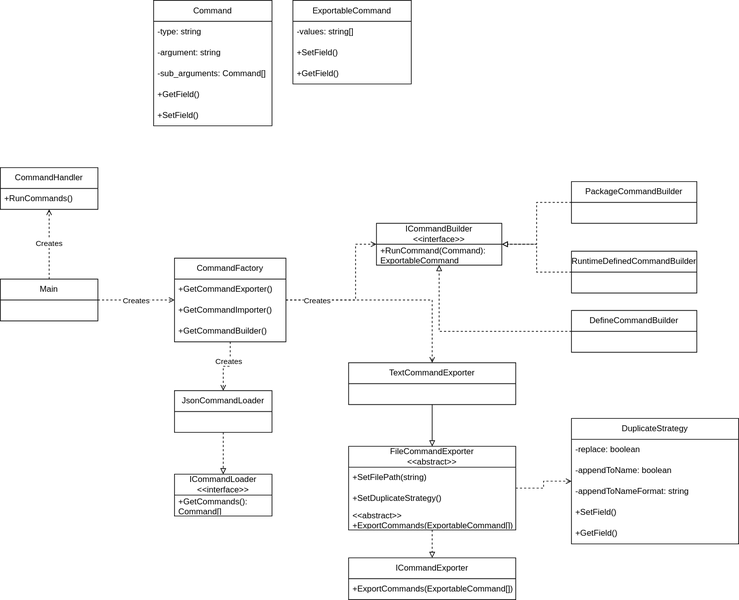
Before: InstallScriptGenerator/uml-class diagram.svg, a diagram exported from draw.io (oldmartijntje/arch-installer). Source tidied: cells renumbered, new cells last; positions are measured from the earlier drawing's top-left corner, leaving out a move shared by most shapes.
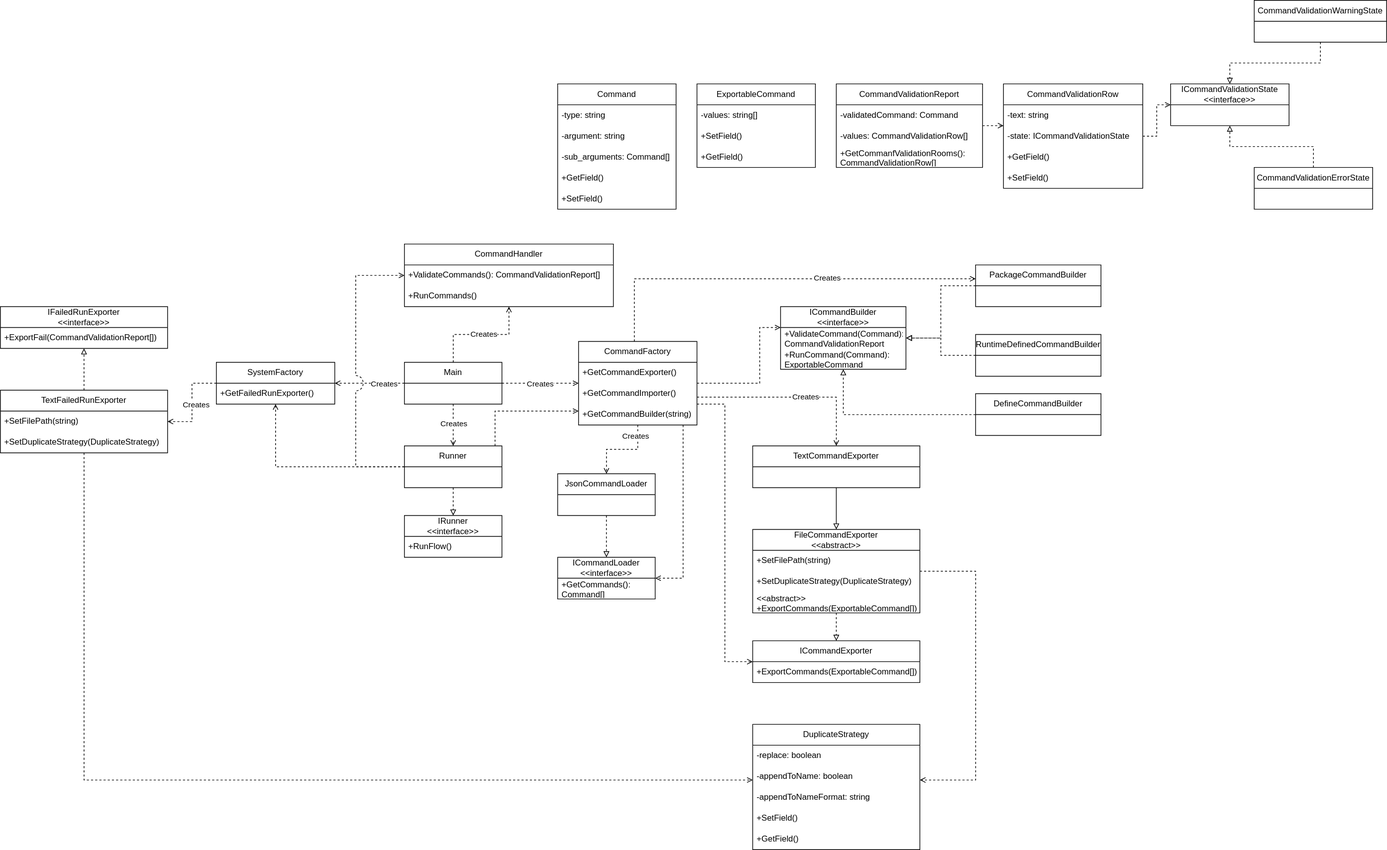
After the change.

Commit message:
updated the UML to be more usable

Diff of the diagram source:
```diff
@@ -16,11 +16,25 @@
         <mxPoint x="-39" y="-2" as="offset" />
       </mxGeometry>
     </mxCell>
+    <mxCell id="56" style="edgeStyle=orthogonalEdgeStyle;rounded=0;jettySize=auto;html=1;dashed=1;endArrow=open;endFill=0;" parent="1" edge="1" source="6" target="84">
+      <mxGeometry relative="1" as="geometry" />
+    </mxCell>
+    <mxCell id="57" value="Creates" style="edgeLabel;html=1;align=center;verticalAlign=middle;" parent="56" vertex="1">
+      <mxGeometry x="-0.2" y="-1" relative="1" as="geometry">
+        <mxPoint x="10" y="1" as="offset" />
+      </mxGeometry>
+    </mxCell>
+    <mxCell id="58" style="edgeStyle=orthogonalEdgeStyle;rounded=0;jettySize=auto;html=1;dashed=1;endArrow=open;endFill=0;" parent="1" edge="1" source="6" target="90">
+      <mxGeometry relative="1" as="geometry" />
+    </mxCell>
+    <mxCell id="59" value="Creates" style="edgeLabel;html=1;align=center;verticalAlign=middle;" parent="58" vertex="1">
+      <mxGeometry x="-0.1" relative="1" as="geometry" />
+    </mxCell>
     <mxCell id="6" value="Main" style="swimlane;fontStyle=0;horizontal=1;startSize=30;whiteSpace=wrap;html=1;" parent="1" vertex="1">
       <mxGeometry y="400" width="140" height="60" as="geometry" />
     </mxCell>
     <mxCell id="7" value="ICommandLoader&lt;br&gt;&amp;lt;&amp;lt;interface&amp;gt;&amp;gt;" style="swimlane;fontStyle=0;horizontal=1;startSize=30;whiteSpace=wrap;html=1;" parent="1" vertex="1">
-      <mxGeometry x="250" y="680" width="140" height="60" as="geometry" />
+      <mxGeometry x="220" y="680" width="140" height="60" as="geometry" />
     </mxCell>
     <mxCell id="8" value="+GetCommands(): Command[]" style="text;strokeColor=none;fillColor=none;align=left;verticalAlign=middle;spacingLeft=4;spacingRight=4;overflow=hidden;whiteSpace=wrap;html=1;" parent="7" vertex="1">
       <mxGeometry y="30" width="140" height="30" as="geometry" />
@@ -29,7 +43,7 @@
       <mxGeometry relative="1" as="geometry" />
     </mxCell>
     <mxCell id="10" value="JsonCommandLoader" style="swimlane;fontStyle=0;horizontal=1;startSize=30;whiteSpace=wrap;html=1;" parent="1" vertex="1">
-      <mxGeometry x="250" y="560" width="140" height="60" as="geometry" />
+      <mxGeometry x="220" y="560" width="140" height="60" as="geometry" />
     </mxCell>
     <mxCell id="11" value="Command" style="swimlane;fontStyle=0;horizontal=1;startSize=30;whiteSpace=wrap;html=1;" parent="1" vertex="1">
       <mxGeometry x="220" width="170" height="180" as="geometry" />
@@ -58,40 +72,79 @@
       </mxGeometry>
     </mxCell>
     <mxCell id="18" style="edgeStyle=orthogonalEdgeStyle;rounded=0;jettySize=auto;html=1;endArrow=open;endFill=0;dashed=1;" parent="1" edge="1" source="22" target="37">
-      <mxGeometry relative="1" as="geometry" />
+      <mxGeometry relative="1" as="geometry">
+        <Array as="points">
+          <mxPoint x="620" y="450" />
+        </Array>
+      </mxGeometry>
     </mxCell>
-    <mxCell id="19" value="Creates" style="edgeLabel;html=1;align=center;verticalAlign=middle;" parent="18" vertex="1">
-      <mxGeometry x="-0.71" relative="1" as="geometry" />
-    </mxCell>
+    <mxCell id="60" value="Creates" style="edgeLabel;html=1;align=center;verticalAlign=middle;" parent="18" vertex="1">
+      <mxGeometry x="-0.1" y="1" relative="1" as="geometry">
+        <mxPoint x="34" as="offset" />
+      </mxGeometry>
+    </mxCell>
     <mxCell id="20" style="edgeStyle=orthogonalEdgeStyle;rounded=0;jettySize=auto;html=1;endArrow=open;endFill=0;dashed=1;" parent="1" edge="1" source="22" target="10">
       <mxGeometry relative="1" as="geometry" />
     </mxCell>
     <mxCell id="21" value="Creates" style="edgeLabel;html=1;align=center;verticalAlign=middle;" parent="20" vertex="1">
-      <mxGeometry x="-0.33" y="-3" relative="1" as="geometry" />
+      <mxGeometry x="-0.33" y="-3" relative="1" as="geometry">
+        <mxPoint y="-17" as="offset" />
+      </mxGeometry>
     </mxCell>
+    <mxCell id="61" style="edgeStyle=orthogonalEdgeStyle;rounded=0;jettySize=auto;html=1;dashed=1;endArrow=open;endFill=0;" parent="1" edge="1" source="22" target="34">
+      <mxGeometry relative="1" as="geometry">
+        <Array as="points">
+          <mxPoint x="460" y="460" />
+          <mxPoint x="460" y="830" />
+        </Array>
+      </mxGeometry>
+    </mxCell>
+    <mxCell id="62" style="edgeStyle=orthogonalEdgeStyle;rounded=0;jettySize=auto;html=1;dashed=1;endArrow=open;endFill=0;" parent="1" edge="1" source="22" target="51">
+      <mxGeometry relative="1" as="geometry">
+        <Array as="points">
+          <mxPoint x="330" y="280" />
+        </Array>
+      </mxGeometry>
+    </mxCell>
+    <mxCell id="63" value="Creates" style="edgeLabel;html=1;align=center;verticalAlign=middle;" parent="62" vertex="1">
+      <mxGeometry x="0.26" y="2" relative="1" as="geometry" />
+    </mxCell>
+    <mxCell id="64" style="edgeStyle=orthogonalEdgeStyle;rounded=0;jettySize=auto;html=1;dashed=1;endArrow=open;endFill=0;" parent="1" edge="1" source="22" target="7">
+      <mxGeometry relative="1" as="geometry">
+        <Array as="points">
+          <mxPoint x="400" y="710" />
+        </Array>
+      </mxGeometry>
+    </mxCell>
     <mxCell id="22" value="CommandFactory" style="swimlane;fontStyle=0;horizontal=1;startSize=30;whiteSpace=wrap;html=1;" parent="1" vertex="1">
-      <mxGeometry x="250" y="370" width="160" height="120" as="geometry" />
+      <mxGeometry x="250" y="370" width="170" height="120" as="geometry" />
     </mxCell>
     <mxCell id="23" value="+GetCommandExporter()" style="text;strokeColor=none;fillColor=none;align=left;verticalAlign=middle;spacingLeft=4;spacingRight=4;overflow=hidden;whiteSpace=wrap;html=1;" parent="22" vertex="1">
-      <mxGeometry y="30" width="160" height="30" as="geometry" />
+      <mxGeometry y="30" width="170" height="30" as="geometry" />
     </mxCell>
     <mxCell id="24" value="+GetCommandImporter()" style="text;strokeColor=none;fillColor=none;align=left;verticalAlign=middle;spacingLeft=4;spacingRight=4;overflow=hidden;whiteSpace=wrap;html=1;" parent="22" vertex="1">
-      <mxGeometry y="60" width="160" height="30" as="geometry" />
+      <mxGeometry y="60" width="170" height="30" as="geometry" />
     </mxCell>
-    <mxCell id="25" value="+GetCommandBuilder()" style="text;strokeColor=none;fillColor=none;align=left;verticalAlign=middle;spacingLeft=4;spacingRight=4;overflow=hidden;whiteSpace=wrap;html=1;" parent="22" vertex="1">
-      <mxGeometry y="90" width="160" height="30" as="geometry" />
+    <mxCell id="25" value="+GetCommandBuilder(string)" style="text;strokeColor=none;fillColor=none;align=left;verticalAlign=middle;spacingLeft=4;spacingRight=4;overflow=hidden;whiteSpace=wrap;html=1;" parent="22" vertex="1">
+      <mxGeometry y="90" width="170" height="30" as="geometry" />
     </mxCell>
     <mxCell id="26" value="ICommandBuilder&lt;br&gt;&amp;lt;&amp;lt;interface&amp;gt;&amp;gt;" style="swimlane;fontStyle=0;horizontal=1;startSize=30;whiteSpace=wrap;html=1;" parent="1" vertex="1">
-      <mxGeometry x="540" y="320" width="180" height="60" as="geometry" />
+      <mxGeometry x="540" y="320" width="180" height="90" as="geometry" />
     </mxCell>
-    <mxCell id="27" value="+RunCommand(Command): ExportableCommand" style="text;strokeColor=none;fillColor=none;align=left;verticalAlign=middle;spacingLeft=4;spacingRight=4;overflow=hidden;whiteSpace=wrap;html=1;" parent="26" vertex="1">
+    <mxCell id="27" value="+ValidateCommand(Command): CommandValidationReport" style="text;strokeColor=none;fillColor=none;align=left;verticalAlign=middle;spacingLeft=4;spacingRight=4;overflow=hidden;whiteSpace=wrap;html=1;" parent="26" vertex="1">
       <mxGeometry y="30" width="180" height="30" as="geometry" />
     </mxCell>
+    <mxCell id="65" value="+RunCommand(Command): ExportableCommand" style="text;strokeColor=none;fillColor=none;align=left;verticalAlign=middle;spacingLeft=4;spacingRight=4;overflow=hidden;whiteSpace=wrap;html=1;" parent="26" vertex="1">
+      <mxGeometry y="60" width="180" height="30" as="geometry" />
+    </mxCell>
     <mxCell id="28" value="CommandHandler" style="swimlane;fontStyle=0;horizontal=1;startSize=30;whiteSpace=wrap;html=1;" parent="1" vertex="1">
-      <mxGeometry y="240" width="140" height="60" as="geometry" />
+      <mxGeometry y="230" width="300" height="90" as="geometry" />
     </mxCell>
+    <mxCell id="66" value="+ValidateCommands():&amp;nbsp;CommandValidationReport[]" style="text;strokeColor=none;fillColor=none;align=left;verticalAlign=middle;spacingLeft=4;spacingRight=4;overflow=hidden;whiteSpace=wrap;html=1;" parent="28" vertex="1">
+      <mxGeometry y="30" width="300" height="30" as="geometry" />
+    </mxCell>
     <mxCell id="29" value="+RunCommands()" style="text;strokeColor=none;fillColor=none;align=left;verticalAlign=middle;spacingLeft=4;spacingRight=4;overflow=hidden;whiteSpace=wrap;html=1;" parent="28" vertex="1">
-      <mxGeometry y="30" width="140" height="30" as="geometry" />
+      <mxGeometry y="60" width="300" height="30" as="geometry" />
     </mxCell>
     <mxCell id="30" value="ExportableCommand" style="swimlane;fontStyle=0;horizontal=1;startSize=30;whiteSpace=wrap;html=1;" parent="1" vertex="1">
       <mxGeometry x="420" width="170" height="120" as="geometry" />
@@ -118,7 +171,7 @@
       <mxGeometry x="500" y="520" width="240" height="60" as="geometry" />
     </mxCell>
     <mxCell id="38" value="DuplicateStrategy" style="swimlane;fontStyle=0;horizontal=1;startSize=30;whiteSpace=wrap;html=1;" parent="1" vertex="1">
-      <mxGeometry x="820" y="600" width="240" height="180" as="geometry" />
+      <mxGeometry x="500" y="920" width="240" height="180" as="geometry" />
     </mxCell>
     <mxCell id="39" value="-replace: boolean" style="text;strokeColor=none;fillColor=none;align=left;verticalAlign=middle;spacingLeft=4;spacingRight=4;overflow=hidden;whiteSpace=wrap;html=1;" parent="38" vertex="1">
       <mxGeometry y="30" width="240" height="30" as="geometry" />
@@ -139,7 +192,12 @@
       <mxGeometry relative="1" as="geometry" />
     </mxCell>
     <mxCell id="45" style="edgeStyle=orthogonalEdgeStyle;rounded=0;jettySize=auto;html=1;endArrow=open;endFill=0;dashed=1;" parent="1" edge="1" source="46" target="38">
-      <mxGeometry relative="1" as="geometry" />
+      <mxGeometry relative="1" as="geometry">
+        <Array as="points">
+          <mxPoint x="820" y="700" />
+          <mxPoint x="820" y="1000" />
+        </Array>
+      </mxGeometry>
     </mxCell>
     <mxCell id="46" value="FileCommandExporter&lt;br&gt;&amp;lt;&amp;lt;abstract&amp;gt;&amp;gt;" style="swimlane;fontStyle=0;horizontal=1;startSize=30;whiteSpace=wrap;html=1;" parent="1" vertex="1">
       <mxGeometry x="500" y="640" width="240" height="120" as="geometry" />
@@ -147,7 +205,7 @@
     <mxCell id="47" value="+SetFilePath(string)" style="text;strokeColor=none;fillColor=none;align=left;verticalAlign=middle;spacingLeft=4;spacingRight=4;overflow=hidden;whiteSpace=wrap;html=1;" parent="46" vertex="1">
       <mxGeometry y="30" width="240" height="30" as="geometry" />
     </mxCell>
-    <mxCell id="48" value="+SetDuplicateStrategy()" style="text;strokeColor=none;fillColor=none;align=left;verticalAlign=middle;spacingLeft=4;spacingRight=4;overflow=hidden;whiteSpace=wrap;html=1;" parent="46" vertex="1">
+    <mxCell id="48" value="+SetDuplicateStrategy(DuplicateStrategy)" style="text;strokeColor=none;fillColor=none;align=left;verticalAlign=middle;spacingLeft=4;spacingRight=4;overflow=hidden;whiteSpace=wrap;html=1;" parent="46" vertex="1">
       <mxGeometry y="60" width="240" height="30" as="geometry" />
     </mxCell>
     <mxCell id="49" value="&amp;lt;&amp;lt;abstract&amp;gt;&amp;gt; +ExportCommands(ExportableCommand[])" style="text;strokeColor=none;fillColor=none;align=left;verticalAlign=middle;spacingLeft=4;spacingRight=4;overflow=hidden;whiteSpace=wrap;html=1;" parent="46" vertex="1">
@@ -171,5 +229,125 @@
     <mxCell id="55" value="DefineCommandBuilder" style="swimlane;fontStyle=0;horizontal=1;startSize=30;whiteSpace=wrap;html=1;" parent="1" vertex="1">
       <mxGeometry x="820" y="445" width="180" height="60" as="geometry" />
     </mxCell>
+    <mxCell id="67" style="edgeStyle=orthogonalEdgeStyle;rounded=0;jettySize=auto;html=1;dashed=1;endArrow=open;endFill=0;" parent="1" edge="1" source="68" target="73">
+      <mxGeometry relative="1" as="geometry">
+        <Array as="points">
+          <mxPoint x="860" y="60" />
+          <mxPoint x="860" y="60" />
+        </Array>
+      </mxGeometry>
+    </mxCell>
+    <mxCell id="68" value="CommandValidationReport" style="swimlane;fontStyle=0;horizontal=1;startSize=30;whiteSpace=wrap;html=1;" parent="1" vertex="1">
+      <mxGeometry x="620" width="210" height="120" as="geometry" />
+    </mxCell>
+    <mxCell id="69" value="-validatedCommand: Command" style="text;strokeColor=none;fillColor=none;align=left;verticalAlign=middle;spacingLeft=4;spacingRight=4;overflow=hidden;whiteSpace=wrap;html=1;" parent="68" vertex="1">
+      <mxGeometry y="30" width="210" height="30" as="geometry" />
+    </mxCell>
+    <mxCell id="70" value="-values:&amp;nbsp;CommandValidationRow[]" style="text;strokeColor=none;fillColor=none;align=left;verticalAlign=middle;spacingLeft=4;spacingRight=4;overflow=hidden;whiteSpace=wrap;html=1;" parent="68" vertex="1">
+      <mxGeometry y="60" width="210" height="30" as="geometry" />
+    </mxCell>
+    <mxCell id="71" value="+GetCommanfValidationRooms(): CommandValidationRow[]" style="text;strokeColor=none;fillColor=none;align=left;verticalAlign=middle;spacingLeft=4;spacingRight=4;overflow=hidden;whiteSpace=wrap;html=1;" parent="68" vertex="1">
+      <mxGeometry y="90" width="210" height="30" as="geometry" />
+    </mxCell>
+    <mxCell id="72" style="edgeStyle=orthogonalEdgeStyle;rounded=0;jettySize=auto;html=1;dashed=1;endArrow=open;endFill=0;" parent="1" edge="1" source="73" target="78">
+      <mxGeometry relative="1" as="geometry" />
+    </mxCell>
+    <mxCell id="73" value="CommandValidationRow" style="swimlane;fontStyle=0;horizontal=1;startSize=30;whiteSpace=wrap;html=1;" parent="1" vertex="1">
+      <mxGeometry x="860" width="200" height="150" as="geometry" />
+    </mxCell>
+    <mxCell id="74" value="-text:&amp;nbsp;string" style="text;strokeColor=none;fillColor=none;align=left;verticalAlign=middle;spacingLeft=4;spacingRight=4;overflow=hidden;whiteSpace=wrap;html=1;" parent="73" vertex="1">
+      <mxGeometry y="30" width="200" height="30" as="geometry" />
+    </mxCell>
+    <mxCell id="75" value="-state:&amp;nbsp;ICommandValidationState" style="text;strokeColor=none;fillColor=none;align=left;verticalAlign=middle;spacingLeft=4;spacingRight=4;overflow=hidden;whiteSpace=wrap;html=1;" parent="73" vertex="1">
+      <mxGeometry y="60" width="200" height="30" as="geometry" />
+    </mxCell>
+    <mxCell id="76" value="+GetField()" style="text;strokeColor=none;fillColor=none;align=left;verticalAlign=middle;spacingLeft=4;spacingRight=4;overflow=hidden;whiteSpace=wrap;html=1;" parent="73" vertex="1">
+      <mxGeometry y="90" width="200" height="30" as="geometry" />
+    </mxCell>
+    <mxCell id="77" value="+SetField()" style="text;strokeColor=none;fillColor=none;align=left;verticalAlign=middle;spacingLeft=4;spacingRight=4;overflow=hidden;whiteSpace=wrap;html=1;" parent="73" vertex="1">
+      <mxGeometry y="120" width="200" height="30" as="geometry" />
+    </mxCell>
+    <mxCell id="78" value="ICommandValidationState&lt;br&gt;&amp;lt;&amp;lt;interface&amp;gt;&amp;gt;" style="swimlane;fontStyle=0;horizontal=1;startSize=30;whiteSpace=wrap;html=1;" parent="1" vertex="1">
+      <mxGeometry x="1100" width="170" height="60" as="geometry" />
+    </mxCell>
+    <mxCell id="79" style="edgeStyle=orthogonalEdgeStyle;rounded=0;jettySize=auto;html=1;dashed=1;endArrow=block;endFill=0;" parent="1" edge="1" source="80" target="78">
+      <mxGeometry relative="1" as="geometry" />
+    </mxCell>
+    <mxCell id="80" value="CommandValidationWarningState" style="swimlane;fontStyle=0;horizontal=1;startSize=30;whiteSpace=wrap;html=1;" parent="1" vertex="1">
+      <mxGeometry x="1220" y="-120" width="190" height="60" as="geometry" />
+    </mxCell>
+    <mxCell id="81" style="edgeStyle=orthogonalEdgeStyle;rounded=0;jettySize=auto;html=1;dashed=1;endArrow=block;endFill=0;" parent="1" edge="1" source="82" target="78">
+      <mxGeometry relative="1" as="geometry" />
+    </mxCell>
+    <mxCell id="82" value="CommandValidationErrorState" style="swimlane;fontStyle=0;horizontal=1;startSize=30;whiteSpace=wrap;html=1;" parent="1" vertex="1">
+      <mxGeometry x="1220" y="120" width="170" height="60" as="geometry" />
+    </mxCell>
+    <mxCell id="83" style="edgeStyle=orthogonalEdgeStyle;rounded=0;jettySize=auto;html=1;dashed=1;endArrow=open;endFill=0;" parent="1" edge="1" source="84" target="97">
+      <mxGeometry relative="1" as="geometry" />
+    </mxCell>
+    <mxCell id="84" value="SystemFactory" style="swimlane;fontStyle=0;horizontal=1;startSize=30;whiteSpace=wrap;html=1;" parent="1" vertex="1">
+      <mxGeometry x="-270" y="400" width="170" height="60" as="geometry" />
+    </mxCell>
+    <mxCell id="85" value="+GetFailedRunExporter()" style="text;strokeColor=none;fillColor=none;align=left;verticalAlign=middle;spacingLeft=4;spacingRight=4;overflow=hidden;whiteSpace=wrap;html=1;" parent="84" vertex="1">
+      <mxGeometry y="30" width="170" height="30" as="geometry" />
+    </mxCell>
+    <mxCell id="86" style="edgeStyle=orthogonalEdgeStyle;rounded=0;jettySize=auto;html=1;dashed=1;endArrow=block;endFill=0;" parent="1" edge="1" source="90" target="91">
+      <mxGeometry relative="1" as="geometry" />
+    </mxCell>
+    <mxCell id="87" style="edgeStyle=orthogonalEdgeStyle;rounded=0;jettySize=auto;html=1;dashed=1;endArrow=open;endFill=0;jumpStyle=line;" parent="1" edge="1" source="90" target="84">
+      <mxGeometry relative="1" as="geometry" />
+    </mxCell>
+    <mxCell id="88" style="edgeStyle=orthogonalEdgeStyle;rounded=0;jettySize=auto;html=1;dashed=1;endArrow=open;endFill=0;jumpStyle=line;" parent="1" edge="1" source="90" target="22">
+      <mxGeometry relative="1" as="geometry">
+        <Array as="points">
+          <mxPoint x="130" y="470" />
+        </Array>
+      </mxGeometry>
+    </mxCell>
+    <mxCell id="89" style="edgeStyle=orthogonalEdgeStyle;rounded=0;jettySize=auto;html=1;dashed=1;endArrow=open;endFill=0;jumpStyle=arc;jumpSize=22;" parent="1" edge="1" source="90" target="28">
+      <mxGeometry relative="1" as="geometry">
+        <Array as="points">
+          <mxPoint x="-70" y="550" />
+          <mxPoint x="-70" y="275" />
+        </Array>
+      </mxGeometry>
+    </mxCell>
+    <mxCell id="90" value="Runner" style="swimlane;fontStyle=0;horizontal=1;startSize=30;whiteSpace=wrap;html=1;" parent="1" vertex="1">
+      <mxGeometry y="520" width="140" height="60" as="geometry" />
+    </mxCell>
+    <mxCell id="91" value="IRunner&lt;br&gt;&amp;lt;&amp;lt;interface&amp;gt;&amp;gt;" style="swimlane;fontStyle=0;horizontal=1;startSize=30;whiteSpace=wrap;html=1;" parent="1" vertex="1">
+      <mxGeometry y="620" width="140" height="60" as="geometry" />
+    </mxCell>
+    <mxCell id="92" value="+RunFlow()" style="text;strokeColor=none;fillColor=none;align=left;verticalAlign=middle;spacingLeft=4;spacingRight=4;overflow=hidden;whiteSpace=wrap;html=1;" parent="91" vertex="1">
+      <mxGeometry y="30" width="140" height="30" as="geometry" />
+    </mxCell>
+    <mxCell id="93" value="IFailedRunExporter&lt;br&gt;&amp;lt;&amp;lt;interface&amp;gt;&amp;gt;" style="swimlane;fontStyle=0;horizontal=1;startSize=30;whiteSpace=wrap;html=1;" parent="1" vertex="1">
+      <mxGeometry x="-580" y="320" width="240" height="60" as="geometry" />
+    </mxCell>
+    <mxCell id="94" value="+ExportFail(CommandValidationReport[])" style="text;strokeColor=none;fillColor=none;align=left;verticalAlign=middle;spacingLeft=4;spacingRight=4;overflow=hidden;whiteSpace=wrap;html=1;" parent="93" vertex="1">
+      <mxGeometry y="30" width="240" height="30" as="geometry" />
+    </mxCell>
+    <mxCell id="95" style="edgeStyle=orthogonalEdgeStyle;rounded=0;jettySize=auto;html=1;dashed=1;endArrow=block;endFill=0;" parent="1" edge="1" source="97" target="93">
+      <mxGeometry relative="1" as="geometry" />
+    </mxCell>
+    <mxCell id="96" style="edgeStyle=orthogonalEdgeStyle;rounded=0;jettySize=auto;html=1;dashed=1;endArrow=open;endFill=0;" parent="1" edge="1" source="97" target="38">
+      <mxGeometry relative="1" as="geometry">
+        <Array as="points">
+          <mxPoint x="-460" y="1000" />
+        </Array>
+      </mxGeometry>
+    </mxCell>
+    <mxCell id="97" value="TextFailedRunExporter" style="swimlane;fontStyle=0;horizontal=1;startSize=30;whiteSpace=wrap;html=1;" parent="1" vertex="1">
+      <mxGeometry x="-580" y="440" width="240" height="90" as="geometry" />
+    </mxCell>
+    <mxCell id="98" value="+SetFilePath(string)" style="text;strokeColor=none;fillColor=none;align=left;verticalAlign=middle;spacingLeft=4;spacingRight=4;overflow=hidden;whiteSpace=wrap;html=1;" parent="97" vertex="1">
+      <mxGeometry y="30" width="240" height="30" as="geometry" />
+    </mxCell>
+    <mxCell id="99" value="+SetDuplicateStrategy(DuplicateStrategy)" style="text;strokeColor=none;fillColor=none;align=left;verticalAlign=middle;spacingLeft=4;spacingRight=4;overflow=hidden;whiteSpace=wrap;html=1;" parent="97" vertex="1">
+      <mxGeometry y="60" width="240" height="30" as="geometry" />
+    </mxCell>
+    <mxCell id="100" value="Creates" style="edgeLabel;html=1;align=center;verticalAlign=middle;" parent="1" vertex="1">
+      <mxGeometry x="-300" y="460" as="geometry" />
+    </mxCell>
   </root>
 </mxGraphModel>
```
